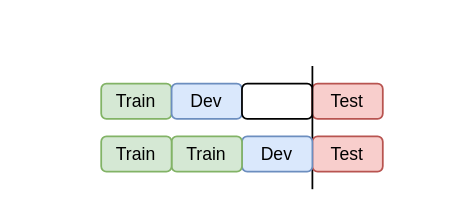
Before: text/Figures/time_series_split.drawio in Tomas-Barhon/Noise-reduction-and-feature-extraction-with-principal-component-analysis, a draw.io diagram. Source tidied: cells renumbered, new cells numbered last; positions are measured from the earlier drawing's top-left corner, leaving out a move shared by most shapes. Both pictures are drawn from the tidied source at 176%, with x=0, y=0 at pixel (100, 65).
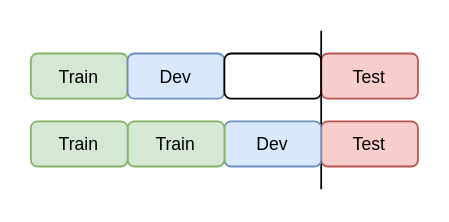
The same diagram, later.

The edit, as a diff of the source:
```diff
@@
 <mxGraphModel>
   <root>
     <mxCell id="0" />
     <mxCell id="1" parent="0" />
+    <mxCell id="11" style="group;" parent="1" vertex="1">
+      <mxGeometry x="-40" y="-20" width="220" height="90" as="geometry" />
+    </mxCell>
-    <mxCell id="2" value="Train" style="rounded=1;whiteSpace=wrap;html=1;fillColor=#d5e8d4;strokeColor=#82b366;fontSize=10;" parent="1" vertex="1">
-      <mxGeometry y="10" width="40" height="20" as="geometry" />
+    <mxCell id="2" value="Train" style="rounded=1;whiteSpace=wrap;html=1;fillColor=#d5e8d4;strokeColor=#82b366;fontSize=10;" parent="11" vertex="1">
+      <mxGeometry y="12.9" width="55" height="25.7" as="geometry" />
     </mxCell>
-    <mxCell id="3" value="Dev" style="rounded=1;whiteSpace=wrap;html=1;fillColor=#dae8fc;strokeColor=#6c8ebf;fontSize=10;" parent="1" vertex="1">
-      <mxGeometry x="40" y="10" width="40" height="20" as="geometry" />
+    <mxCell id="3" value="Dev" style="rounded=1;whiteSpace=wrap;html=1;fillColor=#dae8fc;strokeColor=#6c8ebf;fontSize=10;" parent="11" vertex="1">
+      <mxGeometry x="55" y="12.9" width="55" height="25.7" as="geometry" />
     </mxCell>
-    <mxCell id="4" style="rounded=1;whiteSpace=wrap;html=1;" parent="1" vertex="1">
-      <mxGeometry x="80" y="10" width="40" height="20" as="geometry" />
+    <mxCell id="4" style="rounded=1;whiteSpace=wrap;html=1;" parent="11" vertex="1">
+      <mxGeometry x="110" y="12.9" width="55" height="25.7" as="geometry" />
     </mxCell>
-    <mxCell id="5" value="Test" style="rounded=1;whiteSpace=wrap;html=1;fillColor=#f8cecc;strokeColor=#b85450;fontSize=10;" parent="1" vertex="1">
-      <mxGeometry x="120" y="10" width="40" height="20" as="geometry" />
+    <mxCell id="5" value="Test" style="rounded=1;whiteSpace=wrap;html=1;fillColor=#f8cecc;strokeColor=#b85450;fontSize=10;" parent="11" vertex="1">
+      <mxGeometry x="165" y="12.9" width="55" height="25.7" as="geometry" />
     </mxCell>
-    <mxCell id="6" style="endArrow=none;html=1;rounded=0;" parent="1" edge="1">
+    <mxCell id="6" style="endArrow=none;html=1;rounded=0;" parent="11" edge="1">
       <mxGeometry relative="1" as="geometry">
-        <mxPoint x="120" y="70" as="sourcePoint" />
-        <mxPoint x="120" as="targetPoint" />
+        <mxPoint x="165" y="90" as="sourcePoint" />
+        <mxPoint x="165" as="targetPoint" />
       </mxGeometry>
     </mxCell>
-    <mxCell id="7" value="Test" style="rounded=1;whiteSpace=wrap;html=1;fillColor=#f8cecc;strokeColor=#b85450;fontSize=10;" parent="1" vertex="1">
-      <mxGeometry x="120" y="40" width="40" height="20" as="geometry" />
+    <mxCell id="7" value="Test" style="rounded=1;whiteSpace=wrap;html=1;fillColor=#f8cecc;strokeColor=#b85450;fontSize=10;" parent="11" vertex="1">
+      <mxGeometry x="165" y="51.4" width="55" height="25.7" as="geometry" />
     </mxCell>
-    <mxCell id="8" value="Dev" style="rounded=1;whiteSpace=wrap;html=1;fillColor=#dae8fc;strokeColor=#6c8ebf;fontSize=10;" parent="1" vertex="1">
-      <mxGeometry x="80" y="40" width="40" height="20" as="geometry" />
+    <mxCell id="8" value="Dev" style="rounded=1;whiteSpace=wrap;html=1;fillColor=#dae8fc;strokeColor=#6c8ebf;fontSize=10;" parent="11" vertex="1">
+      <mxGeometry x="110" y="51.4" width="55" height="25.7" as="geometry" />
     </mxCell>
-    <mxCell id="9" value="Train" style="rounded=1;whiteSpace=wrap;html=1;fillColor=#d5e8d4;strokeColor=#82b366;fontSize=10;" parent="1" vertex="1">
-      <mxGeometry x="40" y="40" width="40" height="20" as="geometry" />
+    <mxCell id="9" value="Train" style="rounded=1;whiteSpace=wrap;html=1;fillColor=#d5e8d4;strokeColor=#82b366;fontSize=10;" parent="11" vertex="1">
+      <mxGeometry x="55" y="51.4" width="55" height="25.7" as="geometry" />
     </mxCell>
-    <mxCell id="10" value="Train" style="rounded=1;whiteSpace=wrap;html=1;fillColor=#d5e8d4;strokeColor=#82b366;fontSize=10;" parent="1" vertex="1">
-      <mxGeometry y="40" width="40" height="20" as="geometry" />
+    <mxCell id="10" value="Train" style="rounded=1;whiteSpace=wrap;html=1;fillColor=#d5e8d4;strokeColor=#82b366;fontSize=10;" parent="11" vertex="1">
+      <mxGeometry y="51.4" width="55" height="25.7" as="geometry" />
     </mxCell>
   </root>
 </mxGraphModel>
```
